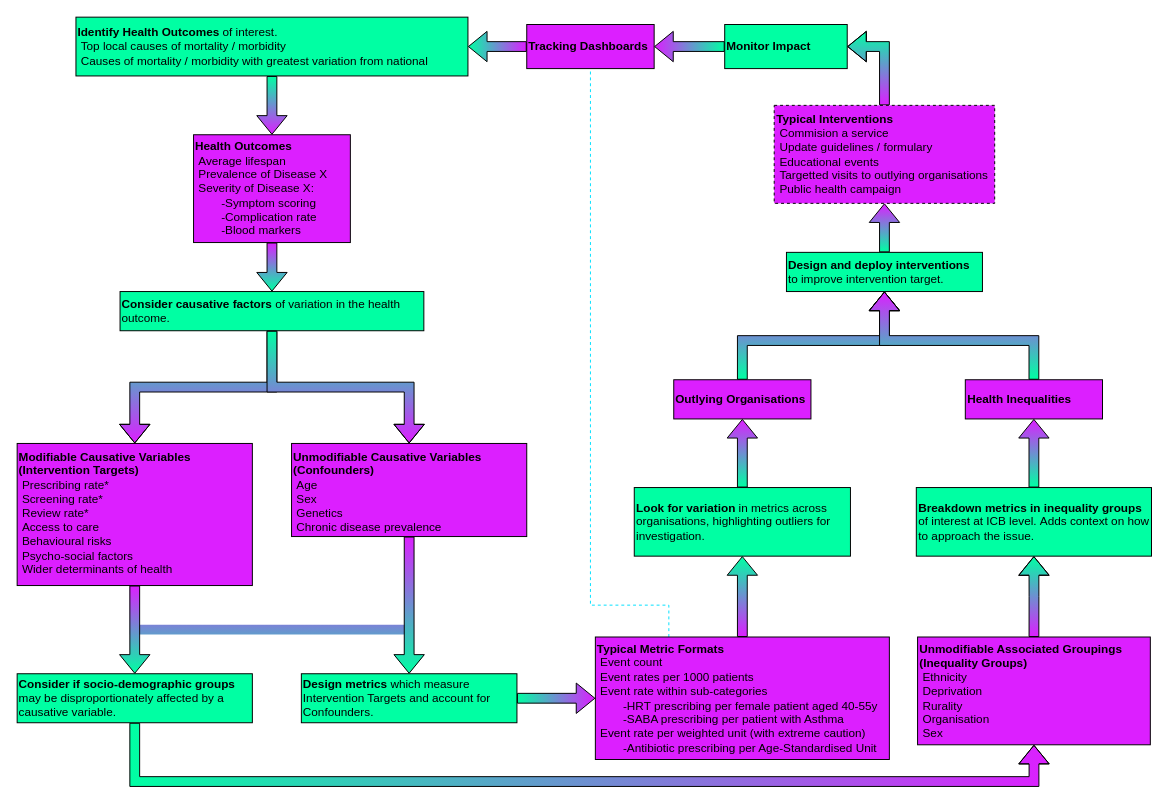
a-d-brown/logic-flows keeps this draw.io diagram as Population Health Pipeline.drawio. Above is the earlier version. Source tidied: cells renumbered, new cells numbered last; positions are measured from the earlier drawing's top-left corner, leaving out a move shared by most shapes. Both pictures are drawn from the tidied source at 98%, with x=0, y=0 at pixel (17, 17).
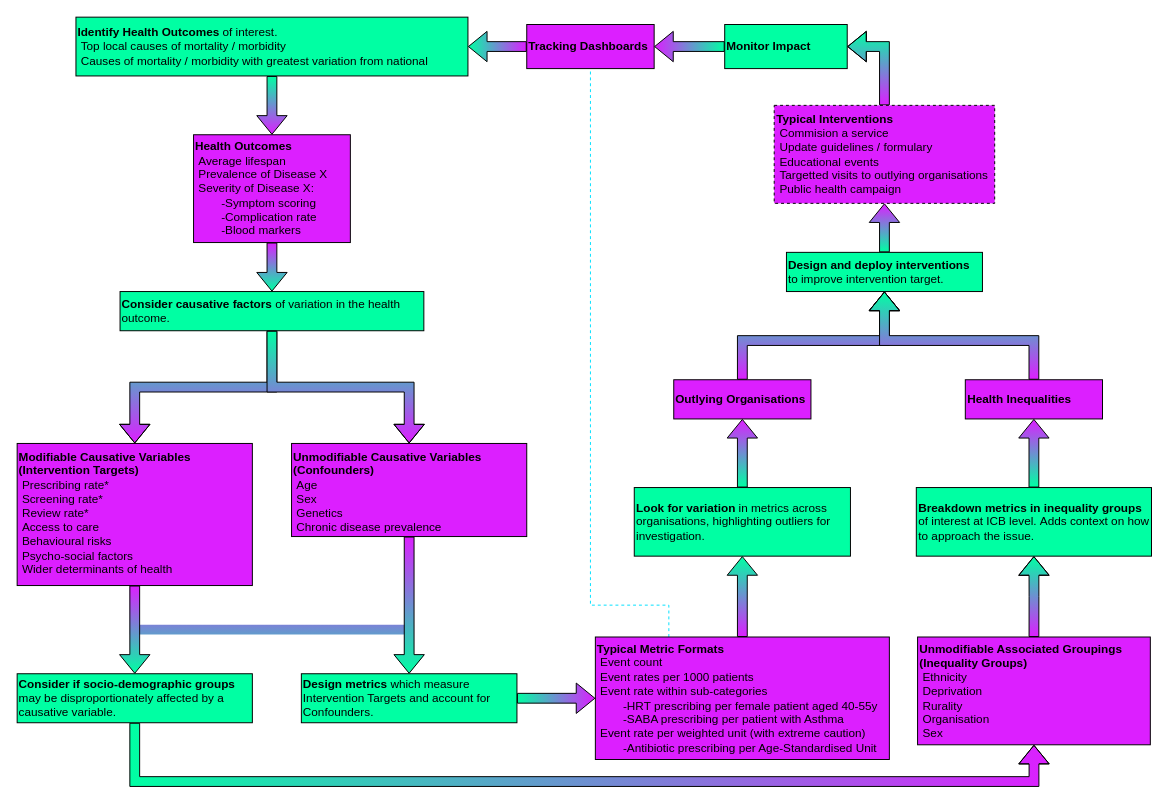
The same diagram, later.

Unchanged cells that the change refers to:
```xml
<mxCell id="23" value="&lt;div&gt;&lt;span style=&quot;background-color: transparent; color: light-dark(rgb(0, 0, 0), rgb(255, 255, 255));&quot;&gt;&lt;b&gt;Design and deploy interventions &lt;/b&gt;to improve intervention target.&lt;/span&gt;&lt;/div&gt;" style="rounded=0;whiteSpace=wrap;html=1;align=left;glass=0;fillColor=#00FFA3;" parent="1" vertex="1">
  <mxGeometry x="785" y="240" width="200" height="40" as="geometry" />
</mxCell>
<mxCell id="29" value="&lt;div&gt;&lt;b&gt;Outlying Organisations&lt;/b&gt;&lt;/div&gt;" style="rounded=0;whiteSpace=wrap;html=1;align=left;glass=0;fillColor=#DC1FFF;" parent="1" vertex="1">
  <mxGeometry x="670" y="370" width="140" height="40" as="geometry" />
</mxCell>
<mxCell id="31" value="&lt;b&gt;Health Inequalities&lt;/b&gt;" style="rounded=0;whiteSpace=wrap;html=1;align=left;glass=0;fillColor=#DC1FFF;" parent="1" vertex="1">
  <mxGeometry x="967.5" y="370" width="140" height="40" as="geometry" />
</mxCell>
```

Diff of the diagram source:
```diff
@@
-    <mxCell id="28" style="edgeStyle=orthogonalEdgeStyle;shape=flexArrow;rounded=0;jettySize=auto;html=1;exitX=0.5;exitY=0;exitDx=0;exitDy=0;entryX=0.5;entryY=1;entryDx=0;entryDy=0;strokeColor=default;align=center;verticalAlign=middle;fontFamily=Helvetica;fontSize=11;fontColor=default;labelBackgroundColor=default;endArrow=classic;fillColor=#DC1FFF;gradientColor=#00FFA3;" parent="1" edge="1" source="29" target="23">
+    <mxCell id="28" style="edgeStyle=orthogonalEdgeStyle;shape=flexArrow;rounded=0;jettySize=auto;html=1;exitX=0.5;exitY=0;exitDx=0;exitDy=0;entryX=0.5;entryY=1;entryDx=0;entryDy=0;strokeColor=default;align=center;verticalAlign=middle;fontFamily=Helvetica;fontSize=11;fontColor=default;labelBackgroundColor=default;endArrow=classic;fillColor=#DC1FFF;gradientColor=#00FFA3;gradientDirection=north;" parent="1" edge="1" source="29" target="23">
       <mxGeometry relative="1" as="geometry">
         <Array as="points">
           <mxPoint x="740" y="330" />
           <mxPoint x="885" y="330" />
         </Array>
       </mxGeometry>
     </mxCell>
@@
-    <mxCell id="30" style="edgeStyle=orthogonalEdgeStyle;shape=flexArrow;rounded=0;jettySize=auto;html=1;exitX=0.5;exitY=0;exitDx=0;exitDy=0;strokeColor=default;align=center;verticalAlign=middle;fontFamily=Helvetica;fontSize=11;fontColor=default;labelBackgroundColor=default;endArrow=classic;fillColor=#DC1FFF;gradientColor=#00FFA3;" parent="1" edge="1" source="31" target="23">
+    <mxCell id="30" style="edgeStyle=orthogonalEdgeStyle;shape=flexArrow;rounded=0;jettySize=auto;html=1;exitX=0.5;exitY=0;exitDx=0;exitDy=0;strokeColor=default;align=center;verticalAlign=middle;fontFamily=Helvetica;fontSize=11;fontColor=default;labelBackgroundColor=default;endArrow=classic;fillColor=#DC1FFF;gradientColor=#00FFA3;gradientDirection=north;" parent="1" edge="1" source="31" target="23">
       <mxGeometry relative="1" as="geometry">
         <Array as="points">
           <mxPoint x="1038" y="330" />
           <mxPoint x="885" y="330" />
         </Array>
       </mxGeometry>
     </mxCell>
```
